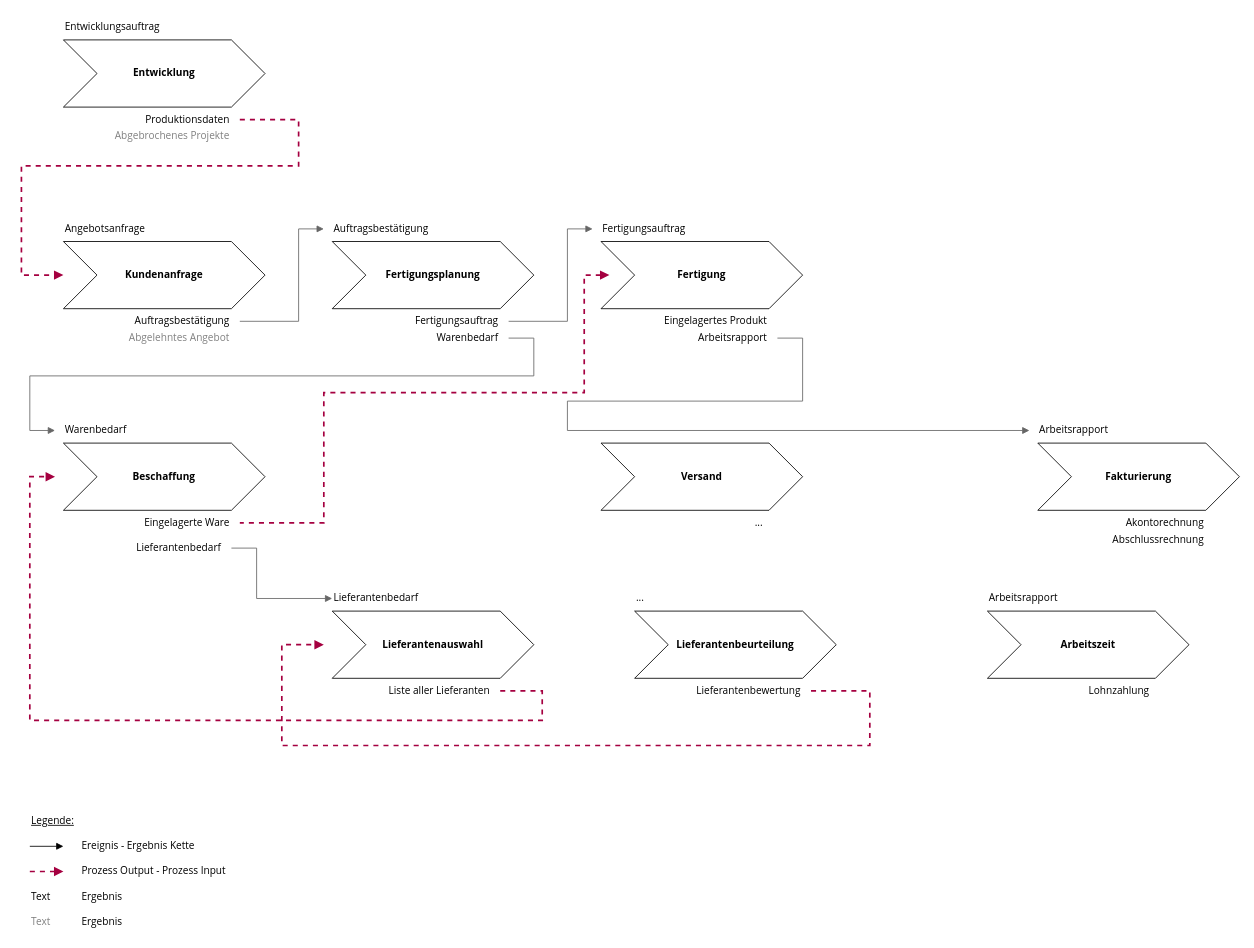
This is Prozesslandkarte.drawio from Mint-System/Wiki, a draw.io file, before an edit. Source tidied: cells renumbered, new cells numbered last; positions are measured from the earlier drawing's top-left corner, leaving out a move shared by most shapes. Both pictures are drawn from the tidied source at 84%, with x=0, y=0 at pixel (21, 14).
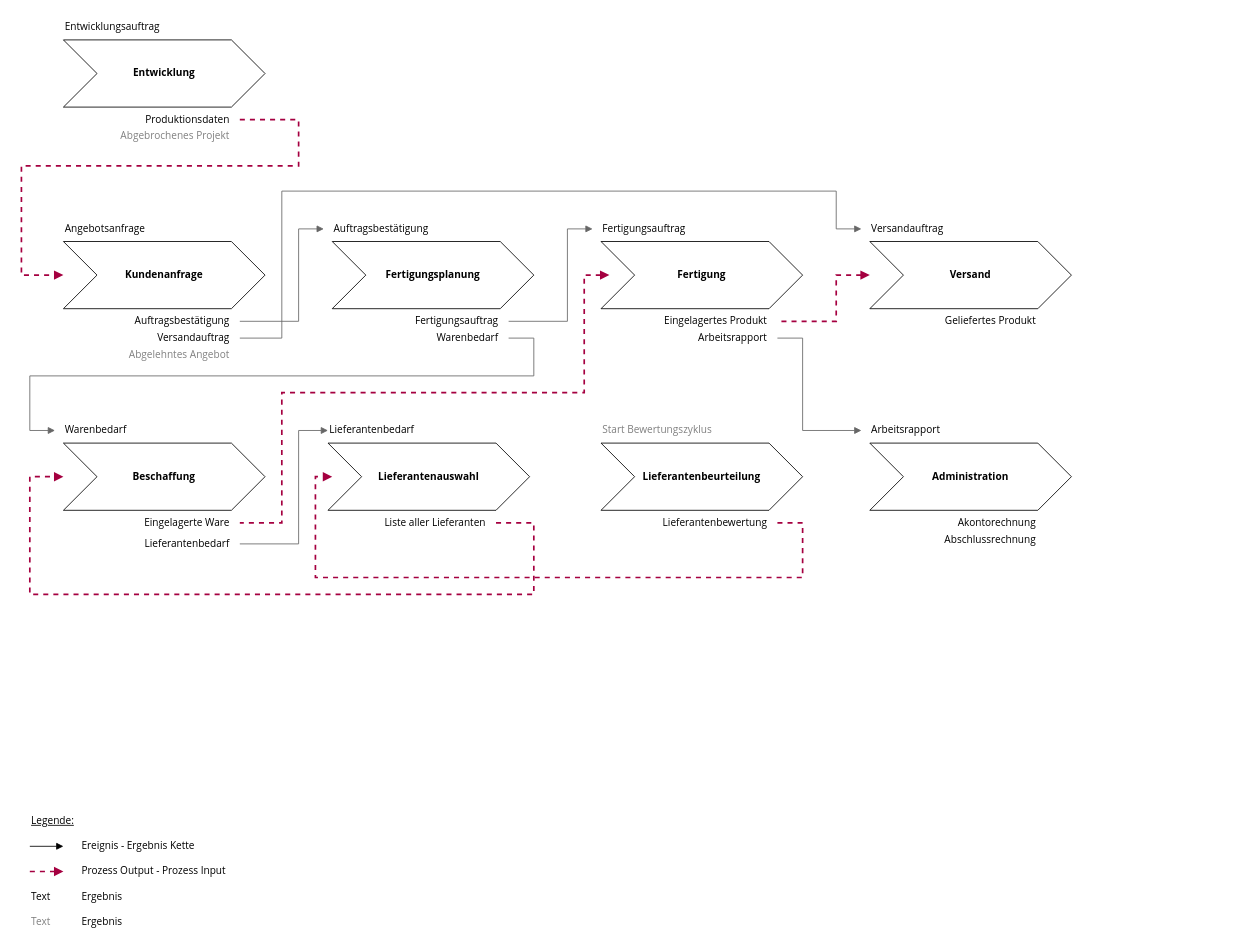
The same diagram, later.

Unchanged cells that the change refers to:
```xml
<mxCell id="12" value="Eingelagerte Ware" style="text;html=1;strokeColor=none;fillColor=none;align=right;verticalAlign=middle;whiteSpace=wrap;rounded=0;fontFamily=Open Sans;spacingRight=10;" parent="1" vertex="1">
  <mxGeometry x="140" y="590" width="120" height="30" as="geometry" />
</mxCell>
<mxCell id="16" value="Arbeitsrapport" style="text;html=1;strokeColor=none;fillColor=none;align=right;verticalAlign=middle;whiteSpace=wrap;rounded=0;fontFamily=Open Sans;spacingRight=10;" parent="1" vertex="1">
  <mxGeometry x="780" y="380" width="120" height="10" as="geometry" />
</mxCell>
<mxCell id="40" value="Eingelagertes Produkt" style="text;html=1;strokeColor=none;fillColor=none;align=right;verticalAlign=middle;whiteSpace=wrap;rounded=0;fontFamily=Open Sans;spacingRight=10;" parent="1" vertex="1">
  <mxGeometry x="720" y="350" width="180" height="30" as="geometry" />
</mxCell>
```

What changed in the source:
```diff
@@
     <mxCell id="18" value="Arbeitsrapport" style="text;html=1;strokeColor=none;fillColor=none;align=left;verticalAlign=middle;whiteSpace=wrap;rounded=0;fontFamily=Open Sans;spacingLeft=10;" parent="1" vertex="1">
-      <mxGeometry x="1200" y="480" width="120" height="30" as="geometry" />
+      <mxGeometry x="1000" y="480" width="120" height="30" as="geometry" />
     </mxCell>
-    <mxCell id="19" value="&lt;b&gt;Fakturierung&lt;/b&gt;" style="shape=step;perimeter=stepPerimeter;whiteSpace=wrap;html=1;fixedSize=1;size=40;fontFamily=Open Sans;" parent="1" vertex="1">
-      <mxGeometry x="1210" y="510" width="240" height="80" as="geometry" />
+    <mxCell id="19" value="&lt;b&gt;Administration&lt;/b&gt;" style="shape=step;perimeter=stepPerimeter;whiteSpace=wrap;html=1;fixedSize=1;size=40;fontFamily=Open Sans;" parent="1" vertex="1">
+      <mxGeometry x="1010" y="510" width="240" height="80" as="geometry" />
     </mxCell>
     <mxCell id="20" value="Akontorechnung" style="text;html=1;strokeColor=none;fillColor=none;align=right;verticalAlign=middle;whiteSpace=wrap;rounded=0;fontFamily=Open Sans;" parent="1" vertex="1">
-      <mxGeometry x="1290" y="590" width="120" height="30" as="geometry" />
+      <mxGeometry x="1090" y="590" width="120" height="30" as="geometry" />
     </mxCell>
-    <mxCell id="21" style="endArrow=none;html=1;entryX=1;entryY=0.5;entryDx=0;entryDy=0;exitX=0;exitY=0.5;exitDx=0;exitDy=0;edgeStyle=orthogonalEdgeStyle;rounded=0;endFill=0;startArrow=block;startFill=1;fillColor=#f5f5f5;strokeColor=#666666;fontFamily=Open Sans;strokeWidth=1;" parent="1" edge="1" source="18" target="16">
+    <mxCell id="21" style="endArrow=none;html=1;edgeStyle=orthogonalEdgeStyle;rounded=0;endFill=0;startArrow=block;startFill=1;fillColor=#f5f5f5;strokeColor=#666666;fontFamily=Open Sans;strokeWidth=1;exitX=0;exitY=0.5;exitDx=0;exitDy=0;entryX=1;entryY=0.5;entryDx=0;entryDy=0;" parent="1" edge="1" source="18" target="16">
       <mxGeometry relative="1" as="geometry">
         <Array as="points">
-          <mxPoint x="650" y="495" />
-          <mxPoint x="650" y="460" />
-          <mxPoint x="930" y="460" />
+          <mxPoint x="930" y="495" />
           <mxPoint x="930" y="385" />
         </Array>
       </mxGeometry>
     </mxCell>
     <mxCell id="22" value="Abschlussrechnung" style="text;html=1;strokeColor=none;fillColor=none;align=right;verticalAlign=middle;whiteSpace=wrap;rounded=0;fontFamily=Open Sans;" parent="1" vertex="1">
-      <mxGeometry x="1290" y="610" width="120" height="30" as="geometry" />
+      <mxGeometry x="1090" y="610" width="120" height="30" as="geometry" />
     </mxCell>
     <mxCell id="23" value="&lt;span style=&quot;text-align: right&quot;&gt;Lieferantenbedarf&lt;/span&gt;" style="text;html=1;strokeColor=none;fillColor=none;align=left;verticalAlign=middle;whiteSpace=wrap;rounded=0;fontFamily=Open Sans;" parent="1" vertex="1">
-      <mxGeometry x="370" y="680" width="120" height="30" as="geometry" />
+      <mxGeometry x="365" y="480" width="120" height="30" as="geometry" />
     </mxCell>
     <mxCell id="24" value="&lt;b&gt;Lieferantenauswahl&lt;/b&gt;" style="shape=step;perimeter=stepPerimeter;whiteSpace=wrap;html=1;fixedSize=1;size=40;fontFamily=Open Sans;" parent="1" vertex="1">
-      <mxGeometry x="370" y="710" width="240" height="80" as="geometry" />
+      <mxGeometry x="365" y="510" width="240" height="80" as="geometry" />
     </mxCell>
     <mxCell id="25" value="Liste aller Lieferanten" style="text;html=1;strokeColor=none;fillColor=none;align=right;verticalAlign=middle;whiteSpace=wrap;rounded=0;fontFamily=Open Sans;spacing=2;spacingRight=10;" parent="1" vertex="1">
-      <mxGeometry x="410" y="790" width="160" height="30" as="geometry" />
+      <mxGeometry x="405" y="590" width="160" height="30" as="geometry" />
     </mxCell>
-    <mxCell id="26" value="..." style="text;html=1;strokeColor=none;fillColor=none;align=left;verticalAlign=middle;whiteSpace=wrap;rounded=0;fontFamily=Open Sans;" parent="1" vertex="1">
-      <mxGeometry x="730" y="680" width="120" height="30" as="geometry" />
+    <mxCell id="26" value="Start Bewertungszyklus" style="text;html=1;strokeColor=none;fillColor=none;align=left;verticalAlign=middle;whiteSpace=wrap;rounded=0;fontFamily=Open Sans;fontColor=#808080;" parent="1" vertex="1">
+      <mxGeometry x="690" y="480" width="200" height="30" as="geometry" />
     </mxCell>
     <mxCell id="27" value="&lt;b&gt;Lieferantenbeurteilung&lt;/b&gt;" style="shape=step;perimeter=stepPerimeter;whiteSpace=wrap;html=1;fixedSize=1;size=40;fontFamily=Open Sans;" parent="1" vertex="1">
-      <mxGeometry x="730" y="710" width="240" height="80" as="geometry" />
+      <mxGeometry x="690" y="510" width="240" height="80" as="geometry" />
     </mxCell>
     <mxCell id="28" value="Lieferantenbewertung" style="text;html=1;strokeColor=none;fillColor=none;align=right;verticalAlign=middle;whiteSpace=wrap;rounded=0;fontFamily=Open Sans;spacingRight=10;" parent="1" vertex="1">
-      <mxGeometry x="790" y="790" width="150" height="30" as="geometry" />
+      <mxGeometry x="750" y="590" width="150" height="30" as="geometry" />
     </mxCell>
-    <mxCell id="29" value="&lt;b&gt;Arbeitszeit&lt;/b&gt;" style="shape=step;perimeter=stepPerimeter;whiteSpace=wrap;html=1;fixedSize=1;size=40;fontFamily=Open Sans;" parent="1" vertex="1">
-      <mxGeometry x="1150" y="710" width="240" height="80" as="geometry" />
-    </mxCell>
@@
     <mxCell id="33" value="Lieferantenbedarf" style="text;html=1;strokeColor=none;fillColor=none;align=right;verticalAlign=middle;whiteSpace=wrap;rounded=0;fontFamily=Open Sans;spacingRight=10;" parent="1" vertex="1">
-      <mxGeometry x="130" y="620" width="120" height="30" as="geometry" />
+      <mxGeometry x="140" y="620" width="120" height="20" as="geometry" />
     </mxCell>
-    <mxCell id="34" style="endArrow=none;html=1;exitX=0;exitY=0.5;exitDx=0;exitDy=0;edgeStyle=orthogonalEdgeStyle;endFill=0;startArrow=block;startFill=1;rounded=0;fillColor=#f5f5f5;strokeColor=#666666;fontFamily=Open Sans;entryX=1;entryY=0.5;entryDx=0;entryDy=0;strokeWidth=1;" parent="1" edge="1" source="23" target="33">
+    <mxCell id="34" style="endArrow=none;html=1;exitX=0;exitY=0.5;exitDx=0;exitDy=0;edgeStyle=orthogonalEdgeStyle;endFill=0;startArrow=block;startFill=1;rounded=0;fillColor=#f5f5f5;strokeColor=#666666;fontFamily=Open Sans;strokeWidth=1;entryX=1;entryY=0.5;entryDx=0;entryDy=0;" parent="1" edge="1" source="23" target="33">
       <mxGeometry relative="1" as="geometry">
         <Array as="points">
-          <mxPoint x="280" y="695" />
-          <mxPoint x="280" y="635" />
+          <mxPoint x="330" y="495" />
+          <mxPoint x="330" y="630" />
         </Array>
       </mxGeometry>
     </mxCell>
     <mxCell id="35" style="edgeStyle=orthogonalEdgeStyle;rounded=0;jettySize=auto;html=1;fontFamily=Open Sans;fontSize=14;fillColor=#d80073;strokeWidth=2;strokeColor=#A50040;startArrow=block;startFill=1;endArrow=none;endFill=0;dashed=1;entryX=1;entryY=0.5;entryDx=0;entryDy=0;" parent="1" edge="1" target="12">
       <mxGeometry relative="1" as="geometry">
         <mxPoint x="700" y="310" as="sourcePoint" />
         <Array as="points">
           <mxPoint x="670" y="310" />
           <mxPoint x="670" y="450" />
-          <mxPoint x="360" y="450" />
-          <mxPoint x="360" y="605" />
+          <mxPoint x="310" y="450" />
+          <mxPoint x="310" y="605" />
         </Array>
       </mxGeometry>
     </mxCell>
     <mxCell id="36" style="edgeStyle=orthogonalEdgeStyle;rounded=0;jettySize=auto;html=1;fontFamily=Open Sans;fontSize=14;fillColor=#d80073;strokeWidth=2;strokeColor=#A50040;startArrow=none;startFill=0;endArrow=block;endFill=1;dashed=1;exitX=1;exitY=0.5;exitDx=0;exitDy=0;" parent="1" edge="1" source="25">
       <mxGeometry relative="1" as="geometry">
-        <mxPoint x="40" y="550" as="targetPoint" />
+        <mxPoint x="50" y="550" as="targetPoint" />
         <Array as="points">
-          <mxPoint x="620" y="805" />
-          <mxPoint x="620" y="840" />
-          <mxPoint x="10" y="840" />
+          <mxPoint x="610" y="605" />
+          <mxPoint x="610" y="690" />
+          <mxPoint x="10" y="690" />
           <mxPoint x="10" y="550" />
         </Array>
       </mxGeometry>
     </mxCell>
     <mxCell id="37" style="edgeStyle=orthogonalEdgeStyle;rounded=0;jettySize=auto;html=1;fontFamily=Open Sans;fontSize=14;fillColor=#d80073;strokeWidth=2;strokeColor=#A50040;startArrow=none;startFill=0;endArrow=block;endFill=1;dashed=1;exitX=1;exitY=0.5;exitDx=0;exitDy=0;" parent="1" edge="1" source="28">
       <mxGeometry relative="1" as="geometry">
-        <mxPoint x="360" y="750" as="targetPoint" />
+        <mxPoint x="370" y="550" as="targetPoint" />
         <Array as="points">
-          <mxPoint x="1010" y="805" />
-          <mxPoint x="1010" y="870" />
-          <mxPoint x="310" y="870" />
-          <mxPoint x="310" y="750" />
+          <mxPoint x="930" y="605" />
+          <mxPoint x="930" y="670" />
+          <mxPoint x="350" y="670" />
+          <mxPoint x="350" y="550" />
         </Array>
       </mxGeometry>
     </mxCell>
-    <mxCell id="38" value="Arbeitsrapport" style="text;html=1;strokeColor=none;fillColor=none;align=left;verticalAlign=middle;whiteSpace=wrap;rounded=0;fontFamily=Open Sans;" parent="1" vertex="1">
-      <mxGeometry x="1150" y="680" width="120" height="30" as="geometry" />
-    </mxCell>
-    <mxCell id="39" value="Lohnzahlung" style="text;html=1;strokeColor=none;fillColor=none;align=right;verticalAlign=middle;whiteSpace=wrap;rounded=0;fontFamily=Open Sans;spacingRight=5;" parent="1" vertex="1">
-      <mxGeometry x="1200" y="790" width="150" height="30" as="geometry" />
-    </mxCell>
@@
     <mxCell id="41" value="Abgelehntes Angebot" style="text;html=1;strokeColor=none;fillColor=none;align=right;verticalAlign=middle;whiteSpace=wrap;rounded=0;fontFamily=Open Sans;spacingRight=10;fontColor=#808080;" parent="1" vertex="1">
-      <mxGeometry x="60" y="380" width="200" height="10" as="geometry" />
+      <mxGeometry x="60" y="400" width="200" height="10" as="geometry" />
     </mxCell>
@@
-    <mxCell id="43" value="Abgebrochenes Projekte" style="text;html=1;strokeColor=none;fillColor=none;align=right;verticalAlign=middle;whiteSpace=wrap;rounded=0;fontFamily=Open Sans;spacingRight=10;fontColor=#808080;" parent="1" vertex="1">
+    <mxCell id="43" value="Abgebrochenes Projekt" style="text;html=1;strokeColor=none;fillColor=none;align=right;verticalAlign=middle;whiteSpace=wrap;rounded=0;fontFamily=Open Sans;spacingRight=10;fontColor=#808080;" parent="1" vertex="1">
       <mxGeometry x="90" y="140" width="170" height="10" as="geometry" />
     </mxCell>
@@
     <mxCell id="53" value="&lt;b&gt;Versand&lt;/b&gt;" style="shape=step;perimeter=stepPerimeter;whiteSpace=wrap;html=1;fixedSize=1;size=40;fontFamily=Open Sans;" parent="1" vertex="1">
-      <mxGeometry x="690" y="510" width="240" height="80" as="geometry" />
+      <mxGeometry x="1010" y="270" width="240" height="80" as="geometry" />
     </mxCell>
-    <mxCell id="54" value="..." style="text;html=1;strokeColor=none;fillColor=none;align=right;verticalAlign=middle;whiteSpace=wrap;rounded=0;fontFamily=Open Sans;spacingRight=5;" parent="1" vertex="1">
-      <mxGeometry x="740" y="590" width="150" height="30" as="geometry" />
+    <mxCell id="54" value="Geliefertes Produkt" style="text;html=1;strokeColor=none;fillColor=none;align=right;verticalAlign=middle;whiteSpace=wrap;rounded=0;fontFamily=Open Sans;spacingRight=10;" parent="1" vertex="1">
+      <mxGeometry x="1070" y="350" width="150" height="30" as="geometry" />
     </mxCell>
+    <mxCell id="55" style="edgeStyle=orthogonalEdgeStyle;rounded=0;jettySize=auto;html=1;exitX=1;exitY=0.5;exitDx=0;exitDy=0;endArrow=block;endFill=1;strokeWidth=1;fontFamily=Open Sans;fontColor=#808080;entryX=0;entryY=0.5;entryDx=0;entryDy=0;strokeColor=#666666;" parent="1" edge="1" source="56" target="57">
+      <mxGeometry relative="1" as="geometry">
+        <Array as="points">
+          <mxPoint x="310" y="385" />
+          <mxPoint x="310" y="210" />
+          <mxPoint x="970" y="210" />
+          <mxPoint x="970" y="255" />
+        </Array>
+      </mxGeometry>
+    </mxCell>
+    <mxCell id="56" value="&lt;font color=&quot;#000000&quot;&gt;Versandauftrag&lt;/font&gt;" style="text;html=1;strokeColor=none;fillColor=none;align=right;verticalAlign=middle;whiteSpace=wrap;rounded=0;fontFamily=Open Sans;spacingRight=10;fontColor=#808080;" parent="1" vertex="1">
+      <mxGeometry x="60" y="380" width="200" height="10" as="geometry" />
+    </mxCell>
+    <mxCell id="57" value="Versandauftrag" style="text;html=1;strokeColor=none;fillColor=none;align=left;verticalAlign=middle;whiteSpace=wrap;rounded=0;fontFamily=Open Sans;spacingLeft=10;" parent="1" vertex="1">
+      <mxGeometry x="1000" y="240" width="120" height="30" as="geometry" />
+    </mxCell>
+    <mxCell id="58" style="edgeStyle=orthogonalEdgeStyle;rounded=0;jettySize=auto;html=1;fontFamily=Open Sans;fontSize=14;fillColor=#d80073;strokeWidth=2;strokeColor=#A50040;startArrow=block;startFill=1;endArrow=none;endFill=0;dashed=1;entryX=1;entryY=0.5;entryDx=0;entryDy=0;" parent="1" edge="1" target="40">
+      <mxGeometry relative="1" as="geometry">
+        <mxPoint x="1010" y="310" as="sourcePoint" />
+        <Array as="points">
+          <mxPoint x="970" y="310" />
+          <mxPoint x="970" y="365" />
+        </Array>
+      </mxGeometry>
+    </mxCell>
```
